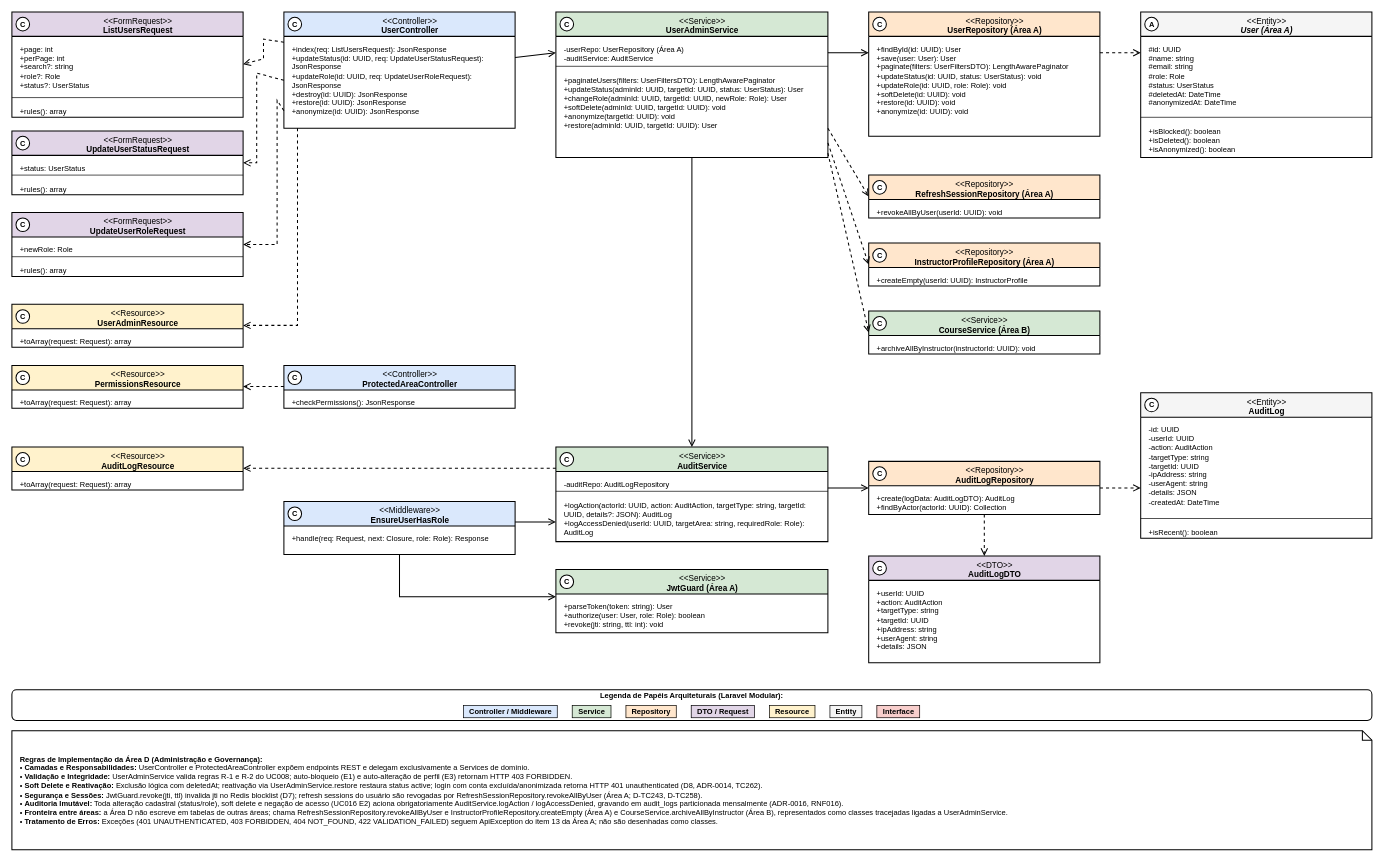
The draw.io diagram especificacao/diagramas/13-classes-area-d-implementacao-administracao.drawio in Plataforma-de-Cursos-TCC/plataforma-cursos-docs, before the edit. Source tidied: cells renumbered, new cells numbered last; positions are measured from the earlier drawing's top-left corner, leaving out a move shared by most shapes. Both pictures are drawn from the tidied source at 68%, with x=0, y=0 at pixel (12, 12).
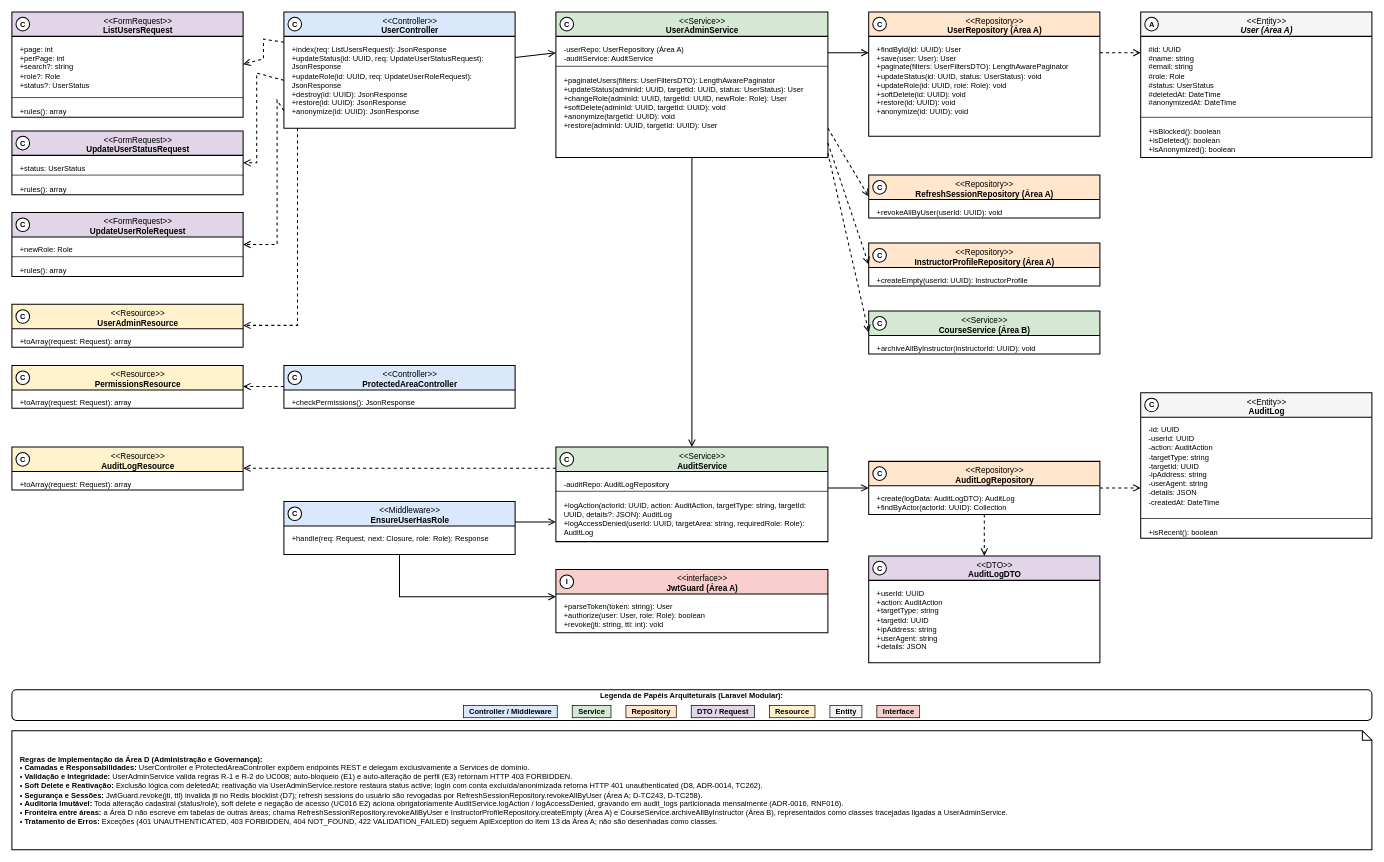
After the change.

Commit message (it also covers changes not shown here):
docs(diagrama-de-classes): style JwtGuard as interface and italicize User abstract class

Diff of the diagram source:
```diff
@@
-    <mxCell id="24" value="&amp;lt;&amp;lt;Service&amp;gt;&amp;gt;&lt;br&gt;&lt;b&gt;JwtGuard (Área A)&lt;/b&gt;" style="swimlane;html=1;fontStyle=0;align=center;verticalAlign=top;startSize=36;fillColor=#D5E8D4;swimlaneFillColor=#FFFFFF;strokeColor=#000000;strokeWidth=1.5;fontFamily=Helvetica;fontSize=12;fontColor=#000000;rounded=0;spacingLeft=30;" parent="1" vertex="1">
+    <mxCell id="24" value="&amp;lt;&amp;lt;interface&amp;gt;&amp;gt;&lt;br&gt;&lt;b&gt;JwtGuard (Área A)&lt;/b&gt;" style="swimlane;html=1;fontStyle=0;align=center;verticalAlign=top;startSize=36;fillColor=#F8CECC;swimlaneFillColor=#FFFFFF;strokeColor=#000000;strokeWidth=1.5;fontFamily=Helvetica;fontSize=12;fontColor=#000000;rounded=0;spacingLeft=30;" parent="1" vertex="1">
       <mxGeometry x="800" y="820" width="400" height="93" as="geometry" />
     </mxCell>
@@
-    <mxCell id="84" value="C" style="ellipse;html=1;fillColor=#FFFFFF;strokeColor=#000000;strokeWidth=1.5;fontFamily=Helvetica;fontSize=11;fontStyle=1;fontColor=#000000;" parent="1" vertex="1">
+    <mxCell id="84" value="I" style="ellipse;html=1;fillColor=#FFFFFF;strokeColor=#000000;strokeWidth=1.5;fontFamily=Helvetica;fontSize=11;fontStyle=1;fontColor=#000000;" parent="1" vertex="1">
       <mxGeometry x="806" y="828" width="20" height="20" as="geometry" />
     </mxCell>
```
